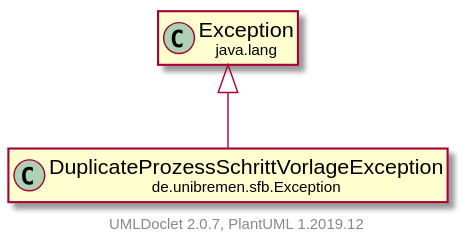
This is doc/UML/modulsichtSVG/DuplicateProzessSchrittVorlageException.svg from fkehlenb/softwareprojekt-2, a PlantUML export, as it was before one commit. Source of this version:
```plantuml
@startuml
    set namespaceSeparator none
    hide empty fields
    hide empty methods

    class "<size:14>DuplicateProzessSchrittVorlageException\n<size:10>de.unibremen.sfb.Exception" as de.unibremen.sfb.Exception.DuplicateProzessSchrittVorlageException [[DuplicateProzessSchrittVorlageException.html]]

    class "<size:14>Exception\n<size:10>java.lang" as java.lang.Exception [[https://docs.oracle.com/en/java/javase/11/docs/api/java.base/java/lang/Exception.html?is-external=true]]

    java.lang.Exception <|-- de.unibremen.sfb.Exception.DuplicateProzessSchrittVorlageException

    center footer UMLDoclet 2.0.7, PlantUML 1.2019.12
@enduml
```
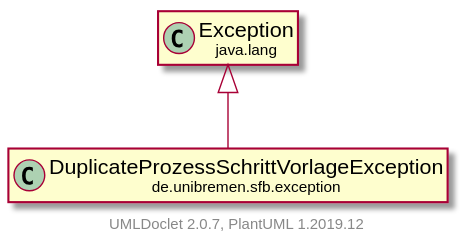
Later version of the same file.

What changed in the source:
```diff
@@ -3,11 +3,11 @@
     hide empty fields
     hide empty methods
 
-    class "<size:14>DuplicateProzessSchrittVorlageException\n<size:10>de.unibremen.sfb.Exception" as de.unibremen.sfb.Exception.DuplicateProzessSchrittVorlageException [[DuplicateProzessSchrittVorlageException.html]]
+    class "<size:14>DuplicateProzessSchrittVorlageException\n<size:10>de.unibremen.sfb.exception" as de.unibremen.sfb.exception.DuplicateProzessSchrittVorlageException [[DuplicateProzessSchrittVorlageException.html]]
 
-    class "<size:14>Exception\n<size:10>java.lang" as java.lang.Exception [[https://docs.oracle.com/en/java/javase/11/docs/api/java.base/java/lang/Exception.html?is-external=true]]
+    class "<size:14>exception\n<size:10>java.lang" as java.lang.exception [[https://docs.oracle.com/en/java/javase/11/docs/api/java.base/java/lang/Exception.html?is-external=true]]
 
-    java.lang.Exception <|-- de.unibremen.sfb.Exception.DuplicateProzessSchrittVorlageException
+    java.lang.exception <|-- de.unibremen.sfb.exception.DuplicateProzessSchrittVorlageException
 
     center footer UMLDoclet 2.0.7, PlantUML 1.2019.12
 @enduml
```
